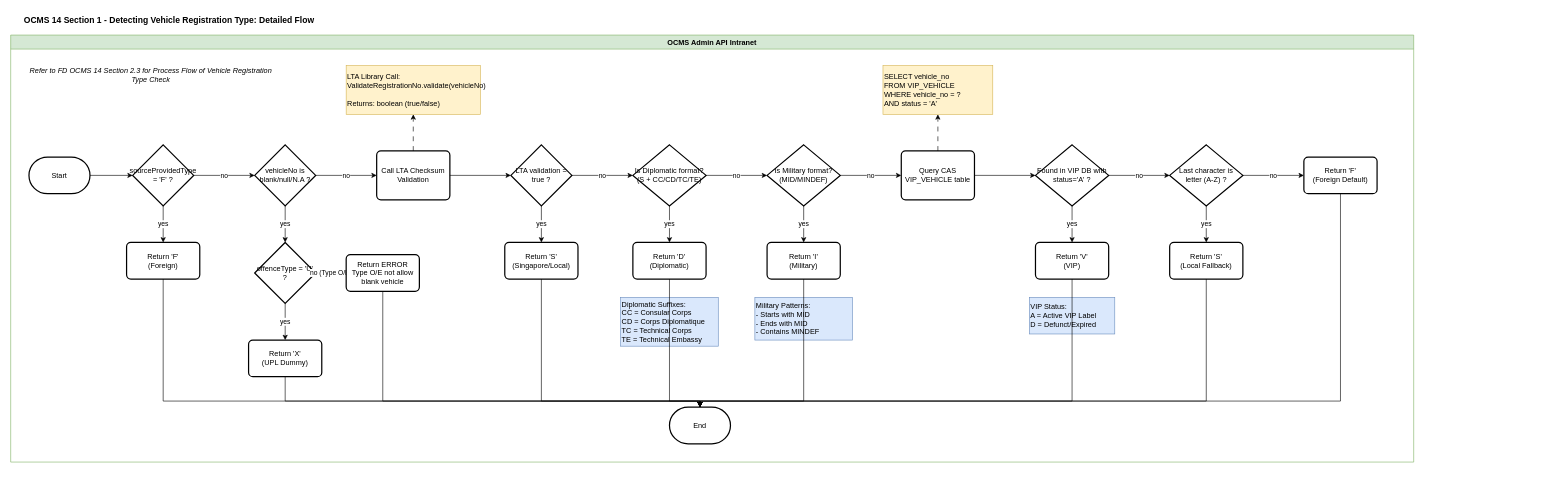
This is page "Section_1_Vehicle_Reg_Type_Check" (2 of 2) of OCMS 14/Section 1/OCMS14-Technical_Flowchart_Section_1.drawio from rafifmgg/techdoc, a draw.io file, before an edit. Source tidied: cells renumbered, new cells numbered last; positions are measured from the earlier drawing's top-left corner, leaving out a move shared by most shapes. Both pictures are drawn from the tidied source at 61%, with x=0, y=0 at pixel (10, 10).
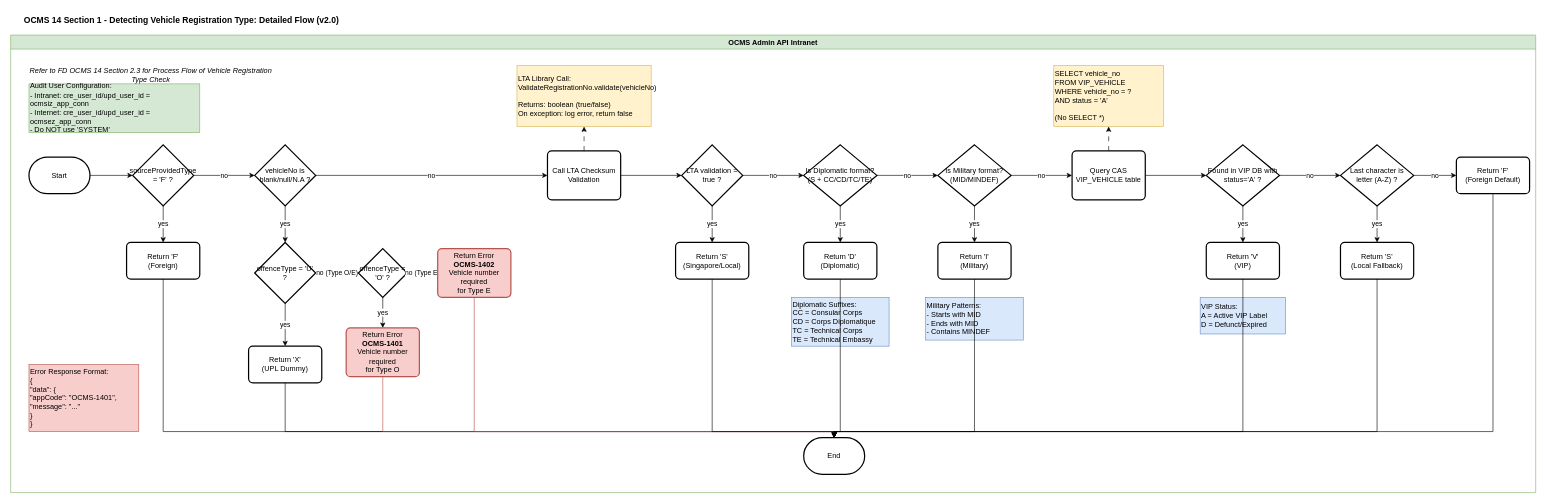
Above is the later version.

Unchanged cells that the change refers to:
```xml
<mxCell id="8" value="Return 'F'&lt;div&gt;(Foreign)&lt;/div&gt;" style="rounded=1;whiteSpace=wrap;html=1;absoluteArcSize=1;arcSize=14;strokeWidth=2;" parent="3" vertex="1">
  <mxGeometry x="190" y="340" width="120" height="60" as="geometry" />
</mxCell>
<mxCell id="12" value="offenceType = 'U' ?" style="strokeWidth=2;html=1;shape=mxgraph.flowchart.decision;whiteSpace=wrap;" parent="3" vertex="1">
  <mxGeometry x="400" y="340" width="100" height="100" as="geometry" />
</mxCell>
```

The edit, as a diff of the source:
```diff
@@
-    <mxCell id="2" value="OCMS 14 Section 1 - Detecting Vehicle Registration Type: Detailed Flow" style="text;html=1;whiteSpace=wrap;strokeColor=none;fillColor=none;align=left;verticalAlign=middle;rounded=0;fontSize=14;fontStyle=1;" parent="1" vertex="1">
-      <mxGeometry x="20" width="600" height="30" as="geometry" />
+    <mxCell id="2" value="OCMS 14 Section 1 - Detecting Vehicle Registration Type: Detailed Flow (v2.0)" style="text;html=1;whiteSpace=wrap;strokeColor=none;fillColor=none;align=left;verticalAlign=middle;rounded=0;fontSize=14;fontStyle=1;" parent="1" vertex="1">
+      <mxGeometry x="20" width="700" height="30" as="geometry" />
     </mxCell>
     <mxCell id="3" value="OCMS Admin API Intranet" style="swimlane;whiteSpace=wrap;html=1;fillColor=#d5e8d4;strokeColor=#82b366;" parent="1" vertex="1">
-      <mxGeometry y="40" width="2300" height="700" as="geometry" />
+      <mxGeometry y="40" width="2500" height="750" as="geometry" />
     </mxCell>
@@
     <mxCell id="14" value="Return 'X'&lt;div&gt;(UPL Dummy)&lt;/div&gt;" style="rounded=1;whiteSpace=wrap;html=1;absoluteArcSize=1;arcSize=14;strokeWidth=2;" parent="3" vertex="1">
-      <mxGeometry x="390" y="500" width="120" height="60" as="geometry" />
+      <mxGeometry x="390" y="510" width="120" height="60" as="geometry" />
     </mxCell>
-    <mxCell id="15" value="no (Type O/E)" style="edgeStyle=orthogonalEdgeStyle;rounded=0;jettySize=auto;html=1;" parent="3" edge="1" source="12" target="16">
+    <mxCell id="15" value="no (Type O/E)" style="edgeStyle=orthogonalEdgeStyle;rounded=0;jettySize=auto;html=1;" parent="3" edge="1" source="12" target="61">
       <mxGeometry relative="1" as="geometry" />
     </mxCell>
-    <mxCell id="16" value="Return ERROR&lt;div&gt;Type O/E not allow blank vehicle&lt;/div&gt;" style="rounded=1;whiteSpace=wrap;html=1;absoluteArcSize=1;arcSize=14;strokeWidth=2;" parent="3" vertex="1">
-      <mxGeometry x="550" y="360" width="120" height="60" as="geometry" />
-    </mxCell>
+    <mxCell id="61" value="offenceType = 'O' ?" style="strokeWidth=2;html=1;shape=mxgraph.flowchart.decision;whiteSpace=wrap;" parent="3" vertex="1">
+      <mxGeometry x="570" y="350" width="80" height="80" as="geometry" />
+    </mxCell>
+    <mxCell id="62" value="yes" style="edgeStyle=orthogonalEdgeStyle;rounded=0;jettySize=auto;html=1;" parent="3" edge="1" source="61" target="63">
+      <mxGeometry relative="1" as="geometry" />
+    </mxCell>
+    <mxCell id="63" value="Return Error&lt;div&gt;&lt;b&gt;OCMS-1401&lt;/b&gt;&lt;/div&gt;&lt;div&gt;Vehicle number required&lt;/div&gt;&lt;div&gt;for Type O&lt;/div&gt;" style="rounded=1;whiteSpace=wrap;html=1;absoluteArcSize=1;arcSize=14;strokeWidth=2;strokeColor=#b85450;fillColor=#f8cecc;" parent="3" vertex="1">
+      <mxGeometry x="550" y="480" width="120" height="80" as="geometry" />
+    </mxCell>
+    <mxCell id="64" value="no (Type E)" style="edgeStyle=orthogonalEdgeStyle;rounded=0;jettySize=auto;html=1;" parent="3" edge="1" source="61" target="65">
+      <mxGeometry relative="1" as="geometry" />
+    </mxCell>
+    <mxCell id="65" value="Return Error&lt;div&gt;&lt;b&gt;OCMS-1402&lt;/b&gt;&lt;/div&gt;&lt;div&gt;Vehicle number required&lt;/div&gt;&lt;div&gt;for Type E&lt;/div&gt;" style="rounded=1;whiteSpace=wrap;html=1;absoluteArcSize=1;arcSize=14;strokeWidth=2;strokeColor=#b85450;fillColor=#f8cecc;" parent="3" vertex="1">
+      <mxGeometry x="700" y="350" width="120" height="80" as="geometry" />
+    </mxCell>
@@
     <mxCell id="18" value="Call LTA Checksum Validation" style="rounded=1;whiteSpace=wrap;html=1;absoluteArcSize=1;arcSize=14;strokeWidth=2;" parent="3" vertex="1">
-      <mxGeometry x="600" y="190" width="120" height="80" as="geometry" />
+      <mxGeometry x="880" y="190" width="120" height="80" as="geometry" />
     </mxCell>
@@
-    <mxCell id="20" value="LTA Library Call:&lt;div&gt;ValidateRegistrationNo.validate(vehicleNo)&lt;/div&gt;&lt;div&gt;&lt;br&gt;&lt;/div&gt;&lt;div&gt;Returns: boolean (true/false)&lt;/div&gt;" style="text;html=1;whiteSpace=wrap;strokeColor=#d6b656;fillColor=#fff2cc;align=left;verticalAlign=middle;rounded=0;" parent="3" vertex="1">
-      <mxGeometry x="550" y="50" width="220" height="80" as="geometry" />
+    <mxCell id="20" value="LTA Library Call:&lt;div&gt;ValidateRegistrationNo.validate(vehicleNo)&lt;/div&gt;&lt;div&gt;&lt;br&gt;&lt;/div&gt;&lt;div&gt;Returns: boolean (true/false)&lt;/div&gt;&lt;div&gt;On exception: log error, return false&lt;/div&gt;" style="text;html=1;whiteSpace=wrap;strokeColor=#d6b656;fillColor=#fff2cc;align=left;verticalAlign=middle;rounded=0;" parent="3" vertex="1">
+      <mxGeometry x="830" y="50" width="220" height="100" as="geometry" />
     </mxCell>
@@
     <mxCell id="22" value="LTA validation = true ?" style="strokeWidth=2;html=1;shape=mxgraph.flowchart.decision;whiteSpace=wrap;" parent="3" vertex="1">
-      <mxGeometry x="820" y="180" width="100" height="100" as="geometry" />
+      <mxGeometry x="1100" y="180" width="100" height="100" as="geometry" />
     </mxCell>
@@
     <mxCell id="24" value="Return 'S'&lt;div&gt;(Singapore/Local)&lt;/div&gt;" style="rounded=1;whiteSpace=wrap;html=1;absoluteArcSize=1;arcSize=14;strokeWidth=2;" parent="3" vertex="1">
-      <mxGeometry x="810" y="340" width="120" height="60" as="geometry" />
+      <mxGeometry x="1090" y="340" width="120" height="60" as="geometry" />
     </mxCell>
@@
     <mxCell id="26" value="Is Diplomatic format?&lt;div&gt;(S + CC/CD/TC/TE)&lt;/div&gt;" style="strokeWidth=2;html=1;shape=mxgraph.flowchart.decision;whiteSpace=wrap;" parent="3" vertex="1">
-      <mxGeometry x="1020" y="180" width="120" height="100" as="geometry" />
+      <mxGeometry x="1300" y="180" width="120" height="100" as="geometry" />
     </mxCell>
@@
     <mxCell id="28" value="Return 'D'&lt;div&gt;(Diplomatic)&lt;/div&gt;" style="rounded=1;whiteSpace=wrap;html=1;absoluteArcSize=1;arcSize=14;strokeWidth=2;" parent="3" vertex="1">
-      <mxGeometry x="1020" y="340" width="120" height="60" as="geometry" />
+      <mxGeometry x="1300" y="340" width="120" height="60" as="geometry" />
     </mxCell>
     <mxCell id="29" value="Diplomatic Suffixes:&lt;div&gt;CC = Consular Corps&lt;/div&gt;&lt;div&gt;CD = Corps Diplomatique&lt;/div&gt;&lt;div&gt;TC = Technical Corps&lt;/div&gt;&lt;div&gt;TE = Technical Embassy&lt;/div&gt;" style="text;html=1;whiteSpace=wrap;strokeColor=#6c8ebf;fillColor=#dae8fc;align=left;verticalAlign=middle;rounded=0;" parent="3" vertex="1">
-      <mxGeometry x="1000" y="430" width="160" height="80" as="geometry" />
+      <mxGeometry x="1280" y="430" width="160" height="80" as="geometry" />
     </mxCell>
@@
     <mxCell id="31" value="Is Military format?&lt;div&gt;(MID/MINDEF)&lt;/div&gt;" style="strokeWidth=2;html=1;shape=mxgraph.flowchart.decision;whiteSpace=wrap;" parent="3" vertex="1">
-      <mxGeometry x="1240" y="180" width="120" height="100" as="geometry" />
+      <mxGeometry x="1520" y="180" width="120" height="100" as="geometry" />
     </mxCell>
@@
     <mxCell id="33" value="Return 'I'&lt;div&gt;(Military)&lt;/div&gt;" style="rounded=1;whiteSpace=wrap;html=1;absoluteArcSize=1;arcSize=14;strokeWidth=2;" parent="3" vertex="1">
-      <mxGeometry x="1240" y="340" width="120" height="60" as="geometry" />
+      <mxGeometry x="1520" y="340" width="120" height="60" as="geometry" />
     </mxCell>
     <mxCell id="34" value="Military Patterns:&lt;div&gt;- Starts with MID&lt;/div&gt;&lt;div&gt;- Ends with MID&lt;/div&gt;&lt;div&gt;- Contains MINDEF&lt;/div&gt;" style="text;html=1;whiteSpace=wrap;strokeColor=#6c8ebf;fillColor=#dae8fc;align=left;verticalAlign=middle;rounded=0;" parent="3" vertex="1">
-      <mxGeometry x="1220" y="430" width="160" height="70" as="geometry" />
+      <mxGeometry x="1500" y="430" width="160" height="70" as="geometry" />
     </mxCell>
@@
     <mxCell id="36" value="Query CAS VIP_VEHICLE table" style="rounded=1;whiteSpace=wrap;html=1;absoluteArcSize=1;arcSize=14;strokeWidth=2;" parent="3" vertex="1">
-      <mxGeometry x="1460" y="190" width="120" height="80" as="geometry" />
+      <mxGeometry x="1740" y="190" width="120" height="80" as="geometry" />
     </mxCell>
@@
-    <mxCell id="38" value="SELECT vehicle_no&lt;div&gt;FROM VIP_VEHICLE&lt;/div&gt;&lt;div&gt;WHERE vehicle_no = ?&lt;/div&gt;&lt;div&gt;AND status = 'A'&lt;/div&gt;" style="text;html=1;whiteSpace=wrap;strokeColor=#d6b656;fillColor=#fff2cc;align=left;verticalAlign=middle;rounded=0;" parent="3" vertex="1">
-      <mxGeometry x="1430" y="50" width="180" height="80" as="geometry" />
+    <mxCell id="38" value="SELECT vehicle_no&lt;div&gt;FROM VIP_VEHICLE&lt;/div&gt;&lt;div&gt;WHERE vehicle_no = ?&lt;/div&gt;&lt;div&gt;AND status = 'A'&lt;/div&gt;&lt;div&gt;&lt;br&gt;&lt;/div&gt;&lt;div&gt;(No SELECT *)&lt;/div&gt;" style="text;html=1;whiteSpace=wrap;strokeColor=#d6b656;fillColor=#fff2cc;align=left;verticalAlign=middle;rounded=0;" parent="3" vertex="1">
+      <mxGeometry x="1710" y="50" width="180" height="100" as="geometry" />
     </mxCell>
@@
     <mxCell id="40" value="Found in VIP DB with status='A' ?" style="strokeWidth=2;html=1;shape=mxgraph.flowchart.decision;whiteSpace=wrap;" parent="3" vertex="1">
-      <mxGeometry x="1680" y="180" width="120" height="100" as="geometry" />
+      <mxGeometry x="1960" y="180" width="120" height="100" as="geometry" />
     </mxCell>
@@
     <mxCell id="42" value="Return 'V'&lt;div&gt;(VIP)&lt;/div&gt;" style="rounded=1;whiteSpace=wrap;html=1;absoluteArcSize=1;arcSize=14;strokeWidth=2;" parent="3" vertex="1">
-      <mxGeometry x="1680" y="340" width="120" height="60" as="geometry" />
+      <mxGeometry x="1960" y="340" width="120" height="60" as="geometry" />
     </mxCell>
     <mxCell id="43" value="VIP Status:&lt;div&gt;A = Active VIP Label&lt;/div&gt;&lt;div&gt;D = Defunct/Expired&lt;/div&gt;" style="text;html=1;whiteSpace=wrap;strokeColor=#6c8ebf;fillColor=#dae8fc;align=left;verticalAlign=middle;rounded=0;" parent="3" vertex="1">
-      <mxGeometry x="1670" y="430" width="140" height="60" as="geometry" />
+      <mxGeometry x="1950" y="430" width="140" height="60" as="geometry" />
     </mxCell>
@@
     <mxCell id="45" value="Last character is letter (A-Z) ?" style="strokeWidth=2;html=1;shape=mxgraph.flowchart.decision;whiteSpace=wrap;" parent="3" vertex="1">
-      <mxGeometry x="1900" y="180" width="120" height="100" as="geometry" />
+      <mxGeometry x="2180" y="180" width="120" height="100" as="geometry" />
     </mxCell>
@@
     <mxCell id="47" value="Return 'S'&lt;div&gt;(Local Fallback)&lt;/div&gt;" style="rounded=1;whiteSpace=wrap;html=1;absoluteArcSize=1;arcSize=14;strokeWidth=2;" parent="3" vertex="1">
-      <mxGeometry x="1900" y="340" width="120" height="60" as="geometry" />
+      <mxGeometry x="2180" y="340" width="120" height="60" as="geometry" />
     </mxCell>
@@
     <mxCell id="49" value="Return 'F'&lt;div&gt;(Foreign Default)&lt;/div&gt;" style="rounded=1;whiteSpace=wrap;html=1;absoluteArcSize=1;arcSize=14;strokeWidth=2;" parent="3" vertex="1">
-      <mxGeometry x="2120" y="200" width="120" height="60" as="geometry" />
+      <mxGeometry x="2370" y="200" width="120" height="60" as="geometry" />
     </mxCell>
     <mxCell id="50" style="edgeStyle=orthogonalEdgeStyle;rounded=0;jettySize=auto;html=1;entryX=0.5;entryY=0;entryDx=0;entryDy=0;entryPerimeter=0;" parent="3" edge="1" source="8" target="59">
       <mxGeometry relative="1" as="geometry">
         <Array as="points">
-          <mxPoint x="250" y="600" />
+          <mxPoint x="250" y="650" />
         </Array>
       </mxGeometry>
     </mxCell>
     <mxCell id="51" style="edgeStyle=orthogonalEdgeStyle;rounded=0;jettySize=auto;html=1;entryX=0.5;entryY=0;entryDx=0;entryDy=0;entryPerimeter=0;" parent="3" edge="1" source="14" target="59">
       <mxGeometry relative="1" as="geometry">
         <Array as="points">
-          <mxPoint x="450" y="600" />
+          <mxPoint x="450" y="650" />
         </Array>
       </mxGeometry>
     </mxCell>
-    <mxCell id="52" style="edgeStyle=orthogonalEdgeStyle;rounded=0;jettySize=auto;html=1;entryX=0.5;entryY=0;entryDx=0;entryDy=0;entryPerimeter=0;" parent="3" edge="1" source="16" target="59">
-      <mxGeometry relative="1" as="geometry">
-        <Array as="points">
-          <mxPoint x="610" y="600" />
-        </Array>
-      </mxGeometry>
-    </mxCell>
+    <mxCell id="66" style="edgeStyle=orthogonalEdgeStyle;rounded=0;jettySize=auto;html=1;entryX=0.5;entryY=0;entryDx=0;entryDy=0;entryPerimeter=0;strokeColor=#b85450;" parent="3" edge="1" source="63" target="59">
+      <mxGeometry relative="1" as="geometry">
+        <Array as="points">
+          <mxPoint x="610" y="650" />
+        </Array>
+      </mxGeometry>
+    </mxCell>
+    <mxCell id="67" style="edgeStyle=orthogonalEdgeStyle;rounded=0;jettySize=auto;html=1;entryX=0.5;entryY=0;entryDx=0;entryDy=0;entryPerimeter=0;strokeColor=#b85450;" parent="3" edge="1" source="65" target="59">
+      <mxGeometry relative="1" as="geometry">
+        <Array as="points">
+          <mxPoint x="760" y="650" />
+        </Array>
+      </mxGeometry>
+    </mxCell>
     <mxCell id="53" style="edgeStyle=orthogonalEdgeStyle;rounded=0;jettySize=auto;html=1;entryX=0.5;entryY=0;entryDx=0;entryDy=0;entryPerimeter=0;" parent="3" edge="1" source="24" target="59">
       <mxGeometry relative="1" as="geometry">
         <Array as="points">
-          <mxPoint x="870" y="600" />
+          <mxPoint x="1150" y="650" />
         </Array>
       </mxGeometry>
     </mxCell>
     <mxCell id="54" style="edgeStyle=orthogonalEdgeStyle;rounded=0;jettySize=auto;html=1;entryX=0.5;entryY=0;entryDx=0;entryDy=0;entryPerimeter=0;" parent="3" edge="1" source="28" target="59">
       <mxGeometry relative="1" as="geometry">
         <Array as="points">
-          <mxPoint x="1080" y="600" />
+          <mxPoint x="1360" y="650" />
         </Array>
       </mxGeometry>
     </mxCell>
     <mxCell id="55" style="edgeStyle=orthogonalEdgeStyle;rounded=0;jettySize=auto;html=1;entryX=0.5;entryY=0;entryDx=0;entryDy=0;entryPerimeter=0;" parent="3" edge="1" source="33" target="59">
       <mxGeometry relative="1" as="geometry">
         <Array as="points">
-          <mxPoint x="1300" y="600" />
+          <mxPoint x="1580" y="650" />
         </Array>
       </mxGeometry>
     </mxCell>
     <mxCell id="56" style="edgeStyle=orthogonalEdgeStyle;rounded=0;jettySize=auto;html=1;entryX=0.5;entryY=0;entryDx=0;entryDy=0;entryPerimeter=0;" parent="3" edge="1" source="42" target="59">
       <mxGeometry relative="1" as="geometry">
         <Array as="points">
-          <mxPoint x="1740" y="600" />
+          <mxPoint x="2020" y="650" />
         </Array>
       </mxGeometry>
     </mxCell>
     <mxCell id="57" style="edgeStyle=orthogonalEdgeStyle;rounded=0;jettySize=auto;html=1;entryX=0.5;entryY=0;entryDx=0;entryDy=0;entryPerimeter=0;" parent="3" edge="1" source="47" target="59">
       <mxGeometry relative="1" as="geometry">
         <Array as="points">
-          <mxPoint x="1960" y="600" />
+          <mxPoint x="2240" y="650" />
         </Array>
       </mxGeometry>
     </mxCell>
     <mxCell id="58" style="edgeStyle=orthogonalEdgeStyle;rounded=0;jettySize=auto;html=1;entryX=0.5;entryY=0;entryDx=0;entryDy=0;entryPerimeter=0;" parent="3" edge="1" source="49" target="59">
       <mxGeometry relative="1" as="geometry">
         <Array as="points">
-          <mxPoint x="2180" y="600" />
+          <mxPoint x="2430" y="650" />
         </Array>
       </mxGeometry>
     </mxCell>
     <mxCell id="59" value="End" style="strokeWidth=2;html=1;shape=mxgraph.flowchart.terminator;whiteSpace=wrap;" parent="3" vertex="1">
-      <mxGeometry x="1080" y="610" width="100" height="60" as="geometry" />
+      <mxGeometry x="1300" y="660" width="100" height="60" as="geometry" />
     </mxCell>
@@
+    <mxCell id="68" value="Audit User Configuration:&lt;div&gt;- Intranet: cre_user_id/upd_user_id = ocmsiz_app_conn&lt;/div&gt;&lt;div&gt;- Internet: cre_user_id/upd_user_id = ocmsez_app_conn&lt;/div&gt;&lt;div&gt;- Do NOT use 'SYSTEM'&lt;/div&gt;" style="text;html=1;whiteSpace=wrap;strokeColor=#82b366;fillColor=#d5e8d4;align=left;verticalAlign=middle;rounded=0;" parent="3" vertex="1">
+      <mxGeometry x="30" y="80" width="280" height="80" as="geometry" />
+    </mxCell>
+    <mxCell id="69" value="Error Response Format:&lt;div&gt;{&lt;/div&gt;&lt;div&gt;  &quot;data&quot;: {&lt;/div&gt;&lt;div&gt;    &quot;appCode&quot;: &quot;OCMS-1401&quot;,&lt;/div&gt;&lt;div&gt;    &quot;message&quot;: &quot;...&quot;&lt;/div&gt;&lt;div&gt;  }&lt;/div&gt;&lt;div&gt;}&lt;/div&gt;" style="text;html=1;whiteSpace=wrap;strokeColor=#b85450;fillColor=#f8cecc;align=left;verticalAlign=middle;rounded=0;" parent="3" vertex="1">
+      <mxGeometry x="30" y="540" width="180" height="110" as="geometry" />
+    </mxCell>
```
